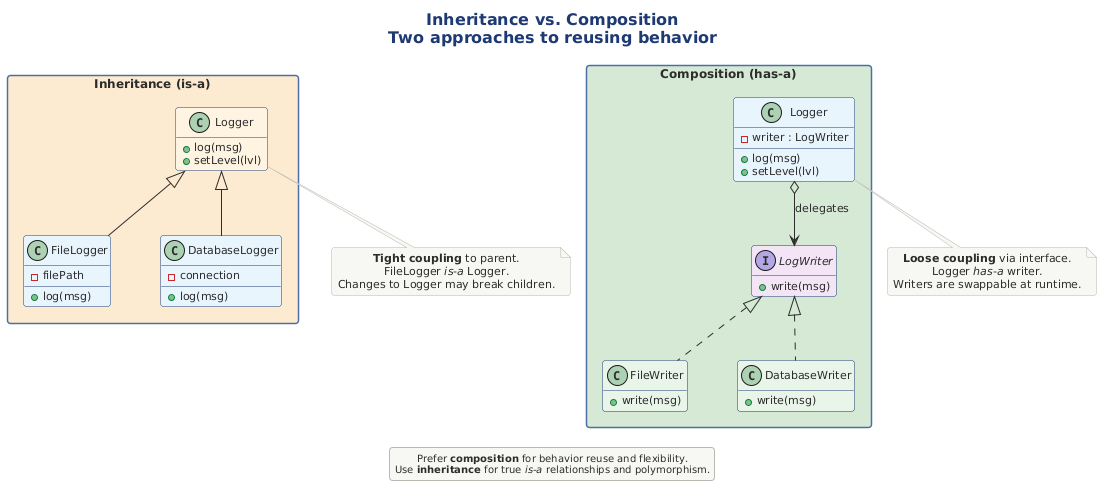
Above: src/architecture/views-and-beyond/style-catalogs/module/generalization-style/png/inheritance-vs-composition-two-approaches.png in Notoriousjayy/latex-docs (PlantUML), before the change. Its diagram source:
```plantuml
@startuml
skinparam nodesep 50
!include ../../../../../../tooling/styles/plantuml/structural/class-diagram-style.iuml

skinparam ranksep 40

title **Inheritance vs. Composition**\nTwo approaches to reusing behavior

package "Inheritance (is-a)" #FDEBD0 {
  class "Logger" as log1 #FFF3E0 {
    + log(msg)
    + setLevel(lvl)
  }
  class "FileLogger" as flog #E8F4FD {
    + log(msg)
    - filePath
  }
  class "DatabaseLogger" as dlog #E8F4FD {
    + log(msg)
    - connection
  }
  log1 <|-- flog
  log1 <|-- dlog
}

package "Composition (has-a)" #D5E8D4 {
  interface "LogWriter" as lw #F3E5F5 {
    + write(msg)
  }
  class "FileWriter" as fw #E8F5E9 {
    + write(msg)
  }
  class "DatabaseWriter" as dw #E8F5E9 {
    + write(msg)
  }
  class "Logger " as log2 #E8F4FD {
    - writer : LogWriter
    + log(msg)
    + setLevel(lvl)
  }
  lw <|.. fw
  lw <|.. dw
  log2 o--> lw : delegates
}

note bottom of log1
  **Tight coupling** to parent.
  FileLogger //is-a// Logger.
  Changes to Logger may break children.
end note

note bottom of log2
  **Loose coupling** via interface.
  Logger //has-a// writer.
  Writers are swappable at runtime.
end note

legend bottom
  Prefer **composition** for behavior reuse and flexibility.
  Use **inheritance** for true //is-a// relationships and polymorphism.
end legend

@enduml
```
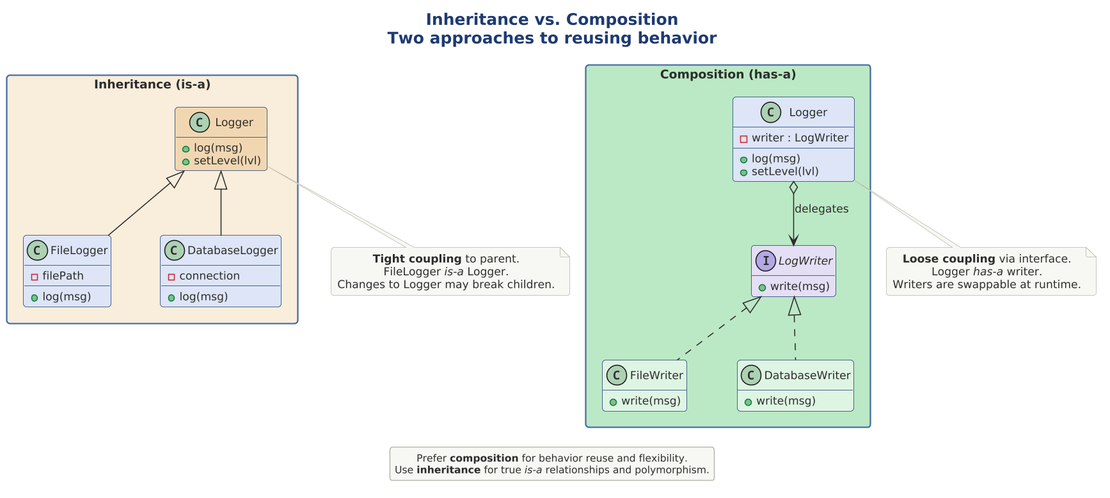
After the commit.

Change to the diagram source:
```diff
@@ -1,4 +1,9 @@
 @startuml
+
+skinparam dpi 150
+
+
+
 skinparam nodesep 50
 !include ../../../../../../tooling/styles/plantuml/structural/class-diagram-style.iuml
 
@@ -6,16 +11,16 @@
 
 title **Inheritance vs. Composition**\nTwo approaches to reusing behavior
 
-package "Inheritance (is-a)" #FDEBD0 {
-  class "Logger" as log1 #FFF3E0 {
+package "Inheritance (is-a)" $fill_caution {
+  class "Logger" as log1 $deep_caution {
     + log(msg)
     + setLevel(lvl)
   }
-  class "FileLogger" as flog #E8F4FD {
+  class "FileLogger" as flog $fill_primary {
     + log(msg)
     - filePath
   }
-  class "DatabaseLogger" as dlog #E8F4FD {
+  class "DatabaseLogger" as dlog $fill_primary {
     + log(msg)
     - connection
   }
@@ -23,17 +28,17 @@
   log1 <|-- dlog
 }
 
-package "Composition (has-a)" #D5E8D4 {
-  interface "LogWriter" as lw #F3E5F5 {
+package "Composition (has-a)" $deep_ok {
+  interface "LogWriter" as lw $fill_alt {
     + write(msg)
   }
-  class "FileWriter" as fw #E8F5E9 {
+  class "FileWriter" as fw $fill_ok {
     + write(msg)
   }
-  class "DatabaseWriter" as dw #E8F5E9 {
+  class "DatabaseWriter" as dw $fill_ok {
     + write(msg)
   }
-  class "Logger " as log2 #E8F4FD {
+  class "Logger " as log2 $fill_primary {
     - writer : LogWriter
     + log(msg)
     + setLevel(lvl)
```
